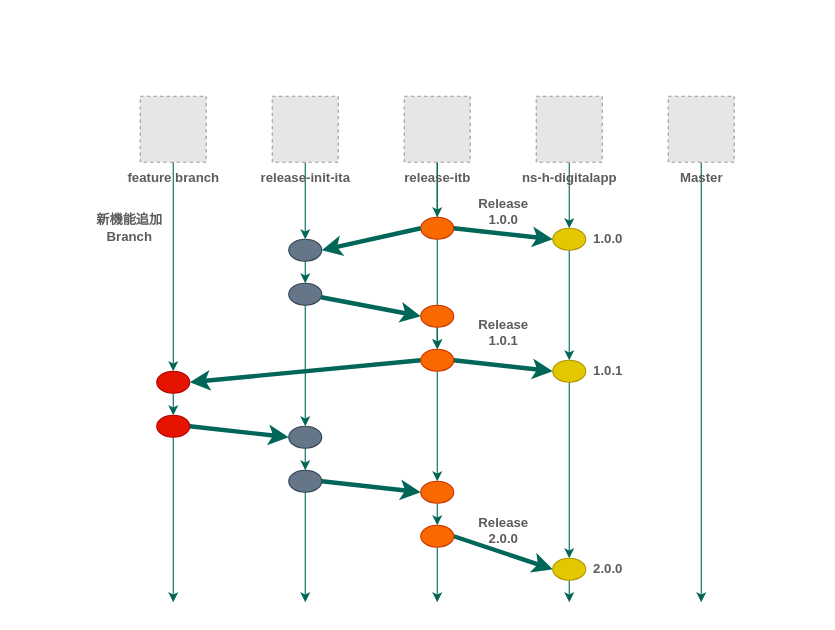
stefan21jp/Liberty keeps this draw.io diagram as Untitled Diagram.drawio. Above is the earlier version. Source tidied: cells renumbered, new cells numbered last; positions are measured from the earlier drawing's top-left corner, leaving out a move shared by most shapes. Both pictures are drawn from the tidied source at 110%, with x=0, y=0 at pixel (85, 96). Pictures stored in the file or linked from it are replaced by grey dashed boxes.
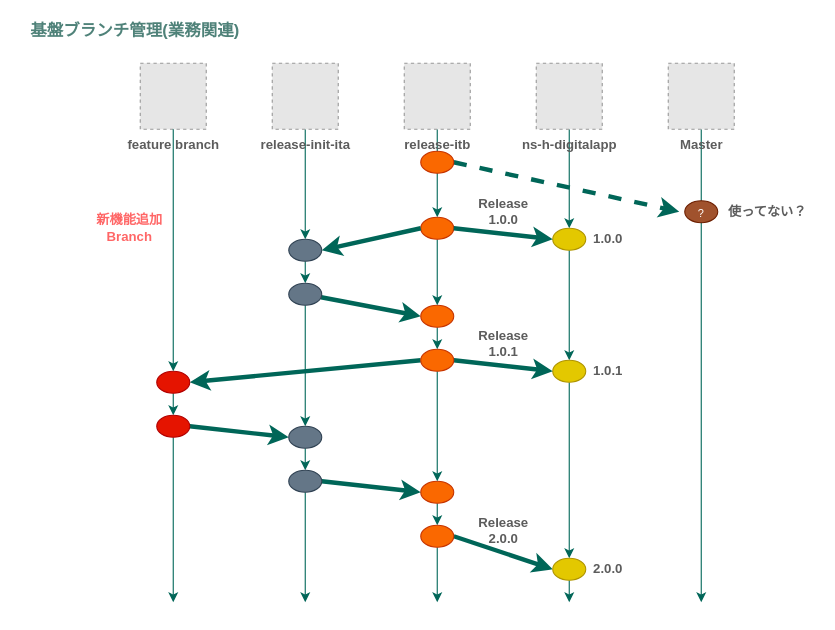
After the change.

The change refers to these unchanged cells:
```xml
<mxCell id="21" style="ellipse;whiteSpace=wrap;html=1;rounded=1;verticalAlign=bottom;fillColor=#fa6800;strokeColor=#C73500;align=center;fontSize=10;fontColor=#ffffff;" parent="1" vertex="1">
  <mxGeometry x="305" y="190" width="30" height="20" as="geometry" />
</mxCell>
<mxCell id="24" style="ellipse;whiteSpace=wrap;html=1;rounded=1;verticalAlign=bottom;fillColor=#fa6800;strokeColor=#C73500;align=center;fontSize=10;fontColor=#ffffff;" parent="1" vertex="1">
  <mxGeometry x="305" y="110" width="30" height="20" as="geometry" />
</mxCell>
```

What changed in the source:
```diff
@@
     <mxCell id="3" value="Master" style="fillColor=#E6E6E6;strokeColor=#999999;dashed=1;html=1;verticalAlign=top;verticalLabelPosition=bottom;fontColor=#5C5C5C;fontStyle=1;" parent="1" vertex="1">
-      <mxGeometry x="530" width="60" height="60" as="geometry" />
+      <mxGeometry x="530" y="-30" width="60" height="60" as="geometry" />
     </mxCell>
@@
     <mxCell id="5" value="ns-h-digitalapp" style="fillColor=#E6E6E6;strokeColor=#999999;dashed=1;html=1;verticalAlign=top;verticalLabelPosition=bottom;fontColor=#5C5C5C;fontStyle=1;" parent="1" vertex="1">
-      <mxGeometry x="410" width="60" height="60" as="geometry" />
+      <mxGeometry x="410" y="-30" width="60" height="60" as="geometry" />
     </mxCell>
-    <mxCell id="6" style="edgeStyle=orthogonalEdgeStyle;curved=0;rounded=1;sketch=0;jettySize=auto;html=1;exitX=0.5;exitY=1;exitDx=0;exitDy=0;strokeColor=#006658;fontColor=#5C5C5C;" parent="1" edge="1" source="8">
-      <mxGeometry relative="1" as="geometry">
-        <mxPoint x="320" y="230" as="targetPoint" />
-      </mxGeometry>
-    </mxCell>
@@
     <mxCell id="8" value="release-itb" style="fillColor=#E6E6E6;strokeColor=#999999;dashed=1;html=1;verticalAlign=top;verticalLabelPosition=bottom;fontColor=#5C5C5C;fontStyle=1;" parent="1" vertex="1">
-      <mxGeometry x="290" width="60" height="60" as="geometry" />
+      <mxGeometry x="290" y="-30" width="60" height="60" as="geometry" />
     </mxCell>
@@
     <mxCell id="10" value="release-init-ita" style="fillColor=#E6E6E6;strokeColor=#999999;dashed=1;html=1;verticalAlign=top;verticalLabelPosition=bottom;fontColor=#5C5C5C;fontStyle=1;" parent="1" vertex="1">
-      <mxGeometry x="170" width="60" height="60" as="geometry" />
+      <mxGeometry x="170" y="-30" width="60" height="60" as="geometry" />
     </mxCell>
     <mxCell id="11" value="feature branch" style="fillColor=#E6E6E6;strokeColor=#999999;dashed=1;html=1;verticalAlign=top;verticalLabelPosition=bottom;fontColor=#5C5C5C;fontStyle=1;" parent="1" vertex="1">
-      <mxGeometry x="50" width="60" height="60" as="geometry" />
+      <mxGeometry x="50" y="-30" width="60" height="60" as="geometry" />
     </mxCell>
@@
+    <mxCell id="55" style="edgeStyle=orthogonalEdgeStyle;curved=0;rounded=1;sketch=0;jettySize=auto;html=1;entryX=0.5;entryY=0;entryDx=0;entryDy=0;strokeColor=#006658;fillColor=#21C0A5;fontColor=#FF6666;" parent="1" edge="1" source="24" target="21">
+      <mxGeometry relative="1" as="geometry" />
+    </mxCell>
@@
-    <mxCell id="44" value="&lt;div&gt;新機能追加&lt;/div&gt;&lt;div&gt;Branch&lt;/div&gt;" style="text;html=1;align=center;verticalAlign=middle;fillColor=none;strokeColor=none;rounded=0;sketch=0;fontColor=#5C5C5C;fontStyle=1;" parent="1" vertex="1">
+    <mxCell id="44" value="&lt;div&gt;新機能追加&lt;/div&gt;&lt;div&gt;Branch&lt;/div&gt;" style="text;html=1;align=center;verticalAlign=middle;fillColor=none;strokeColor=none;rounded=0;sketch=0;fontStyle=1;fontColor=#FF6666;" parent="1" vertex="1">
       <mxGeometry y="105" width="80" height="30" as="geometry" />
     </mxCell>
@@
     <mxCell id="46" value="&lt;div&gt;Release&lt;br&gt;&lt;/div&gt;&lt;div&gt;1.0.1&lt;/div&gt;" style="text;html=1;align=center;verticalAlign=middle;fillColor=none;strokeColor=none;rounded=0;sketch=0;fontColor=#5C5C5C;fontStyle=1;" parent="1" vertex="1">
-      <mxGeometry x="350" y="200" width="60" height="30" as="geometry" />
+      <mxGeometry x="350" y="210" width="60" height="30" as="geometry" />
     </mxCell>
@@
+    <mxCell id="56" value="?" style="ellipse;whiteSpace=wrap;html=1;rounded=1;verticalAlign=bottom;fillColor=#a0522d;strokeColor=#6D1F00;align=center;fontSize=10;fontColor=#ffffff;" parent="1" vertex="1">
+      <mxGeometry x="545" y="95" width="30" height="20" as="geometry" />
+    </mxCell>
+    <mxCell id="57" value="使ってない？" style="text;html=1;align=center;verticalAlign=middle;fillColor=none;strokeColor=none;rounded=0;sketch=0;fontColor=#5C5C5C;fontStyle=1;" parent="1" vertex="1">
+      <mxGeometry x="575" y="95" width="90" height="20" as="geometry" />
+    </mxCell>
+    <mxCell id="58" style="rounded=1;sketch=0;jettySize=auto;html=1;strokeColor=#006658;fontColor=#5C5C5C;endArrow=classic;endFill=1;strokeWidth=4;dashed=1;exitX=1;exitY=0.5;exitDx=0;exitDy=0;" parent="1" edge="1" source="59">
+      <mxGeometry relative="1" as="geometry">
+        <mxPoint x="540" y="105" as="targetPoint" />
+      </mxGeometry>
+    </mxCell>
+    <mxCell id="59" style="ellipse;whiteSpace=wrap;html=1;rounded=1;verticalAlign=bottom;fillColor=#fa6800;strokeColor=#C73500;align=center;fontSize=10;fontColor=#ffffff;" parent="1" vertex="1">
+      <mxGeometry x="305" y="50" width="30" height="20" as="geometry" />
+    </mxCell>
+    <mxCell id="60" value="基盤ブランチ管理(業務関連)" style="text;html=1;align=center;verticalAlign=middle;fillColor=none;strokeColor=none;rounded=0;sketch=0;fontStyle=1;fontSize=15;labelBackgroundColor=none;labelBorderColor=none;fontColor=#4F8279;" parent="1" vertex="1">
+      <mxGeometry x="-60" y="-70" width="210" height="20" as="geometry" />
+    </mxCell>
```
